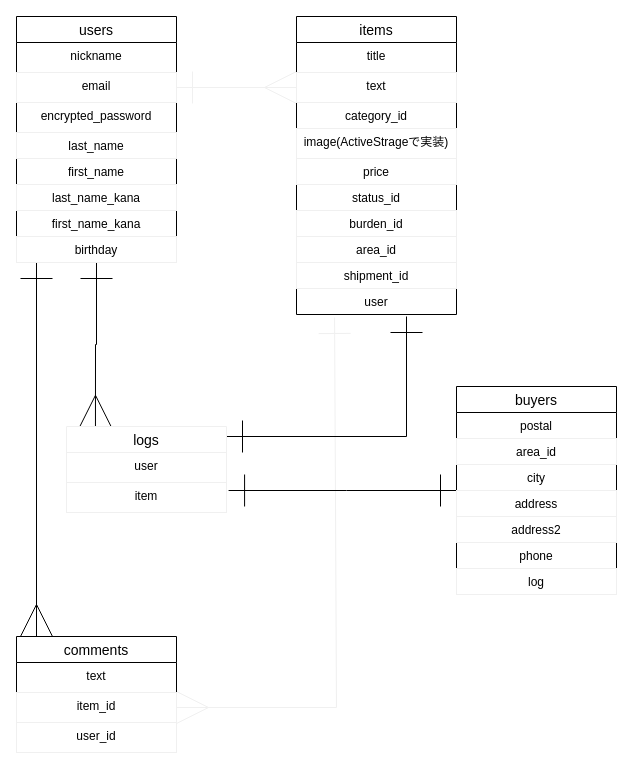
This is furima.dio from tk-i/furima-33847, a draw.io file, before an edit. Source tidied: cells renumbered, new cells numbered last; positions are measured from the earlier drawing's top-left corner, leaving out a move shared by most shapes. Both pictures are drawn from the tidied source at 100%, with x=0, y=0 at pixel (16, 16).
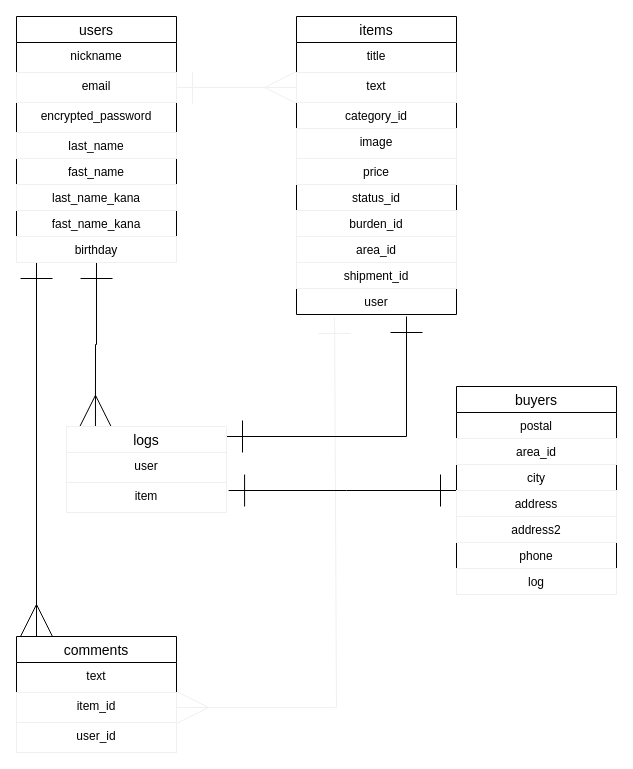
Above is the later version.

The change refers to these unchanged cells:
```xml
<mxCell id="5" value="users" style="swimlane;fontStyle=0;horizontal=1;startSize=26;align=center;fontSize=14;" parent="1" vertex="1">
  <mxGeometry width="160" height="246" as="geometry" />
</mxCell>
<mxCell id="15" value="items" style="swimlane;fontStyle=0;horizontal=1;startSize=26;align=center;fontSize=14;" parent="1" vertex="1">
  <mxGeometry x="280" width="160" height="298" as="geometry" />
</mxCell>
```

Change to the diagram source:
```diff
@@
-    <mxCell id="10" value="first_name" style="text;strokeColor=none;fillColor=none;align=center;verticalAlign=top;spacingLeft=4;spacingRight=4;overflow=hidden;" parent="5" vertex="1">
+    <mxCell id="10" value="fast_name" style="text;strokeColor=none;fillColor=none;align=center;verticalAlign=top;spacingLeft=4;spacingRight=4;overflow=hidden;" parent="5" vertex="1">
       <mxGeometry y="142" width="160" height="26" as="geometry" />
     </mxCell>
@@
-    <mxCell id="12" value="first_name_kana" style="text;strokeColor=none;fillColor=none;align=center;verticalAlign=top;spacingLeft=4;spacingRight=4;overflow=hidden;" parent="5" vertex="1">
+    <mxCell id="12" value="fast_name_kana" style="text;strokeColor=none;fillColor=none;align=center;verticalAlign=top;spacingLeft=4;spacingRight=4;overflow=hidden;" parent="5" vertex="1">
       <mxGeometry y="194" width="160" height="26" as="geometry" />
     </mxCell>
@@
-    <mxCell id="19" value="image(ActiveStrageで実装)" style="text;fillColor=none;spacingLeft=4;spacingRight=4;overflow=hidden;fontSize=12;align=center;strokeColor=#f0f0f0;" parent="15" vertex="1">
+    <mxCell id="19" value="image" style="text;fillColor=none;spacingLeft=4;spacingRight=4;overflow=hidden;fontSize=12;align=center;strokeColor=#f0f0f0;" parent="15" vertex="1">
       <mxGeometry y="112" width="160" height="30" as="geometry" />
     </mxCell>
```
